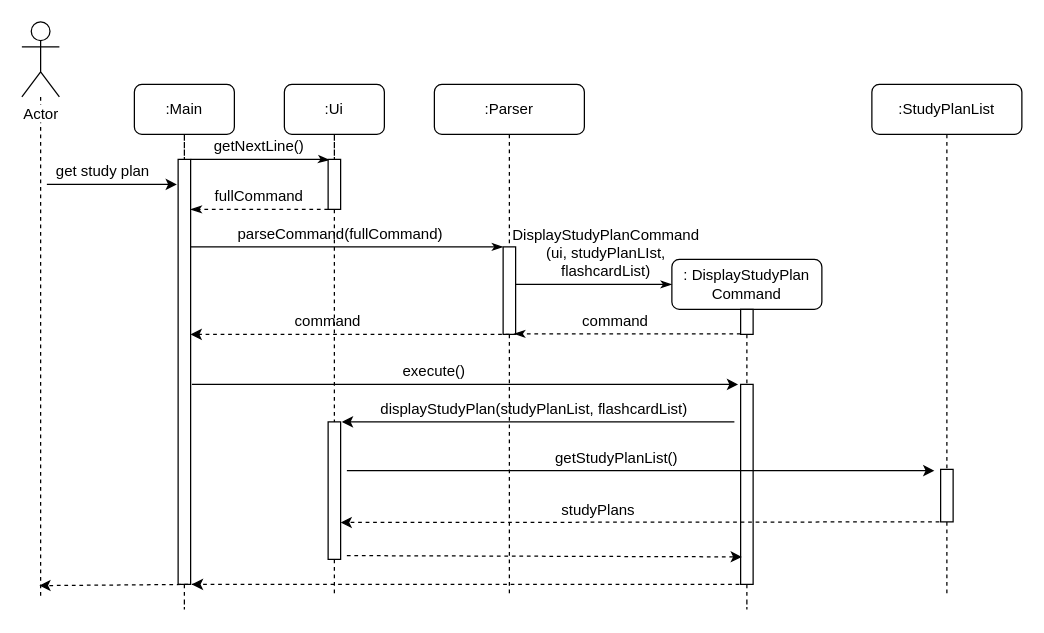
sliu107/tp keeps this draw.io diagram as docs/images/getStudyPlanListSequenceDiagram.drawio. Above is the earlier version. Source tidied: cells renumbered, new cells numbered last; positions are measured from the earlier drawing's top-left corner, leaving out a move shared by most shapes. Both pictures are drawn from the tidied source at 125%, with x=0, y=0 at pixel (21, 21).
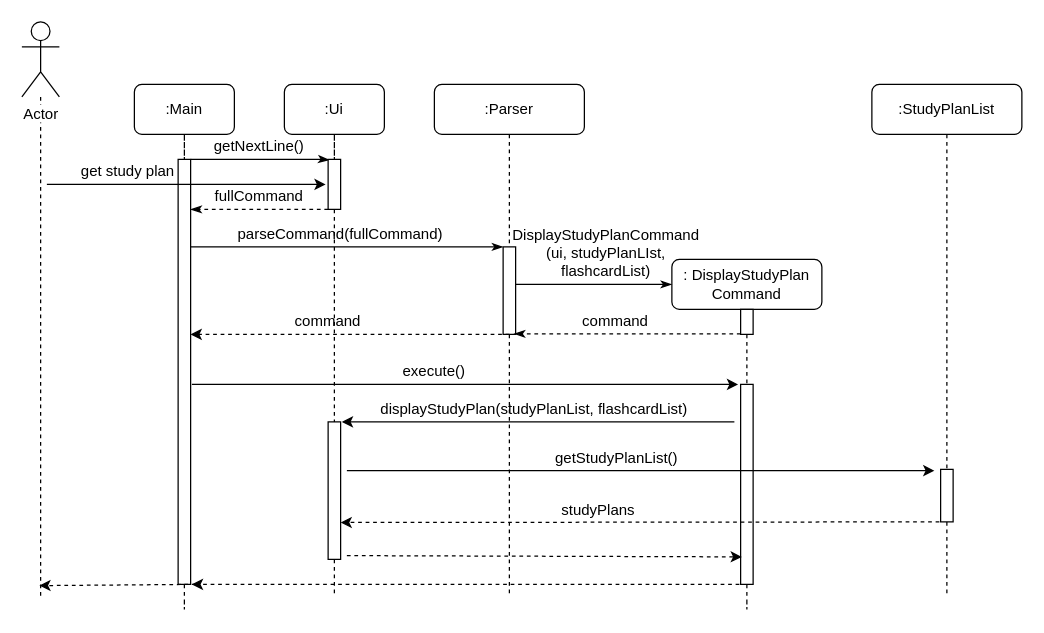
Above is the later version.

Commit message (it also covers changes not shown here):
Update sequence diagrams for get and update study plan

The change refers to these unchanged cells:
```xml
<mxCell id="19" style="html=1;points=[];perimeter=orthogonalPerimeter;" parent="1" vertex="1">
  <mxGeometry x="245" y="110" width="10" height="40" as="geometry" />
</mxCell>
```

What changed in the source:
```diff
@@
-    <mxCell id="22" style="endArrow=classic;html=1;" parent="1" edge="1">
+    <mxCell id="22" style="endArrow=classic;html=1;entryX=-0.2;entryY=0.5;entryDx=0;entryDy=0;entryPerimeter=0;" parent="1" edge="1" target="19">
       <mxGeometry relative="1" as="geometry">
         <mxPoint x="20" y="130" as="sourcePoint" />
-        <mxPoint x="124" y="130" as="targetPoint" />
       </mxGeometry>
     </mxCell>
     <mxCell id="23" value="get study plan" style="text;html=1;strokeColor=none;fillColor=none;align=center;verticalAlign=middle;whiteSpace=wrap;rounded=0;" parent="1" vertex="1">
-      <mxGeometry x="5" y="110" width="120" height="20" as="geometry" />
+      <mxGeometry x="25" y="110" width="120" height="20" as="geometry" />
     </mxCell>
```
